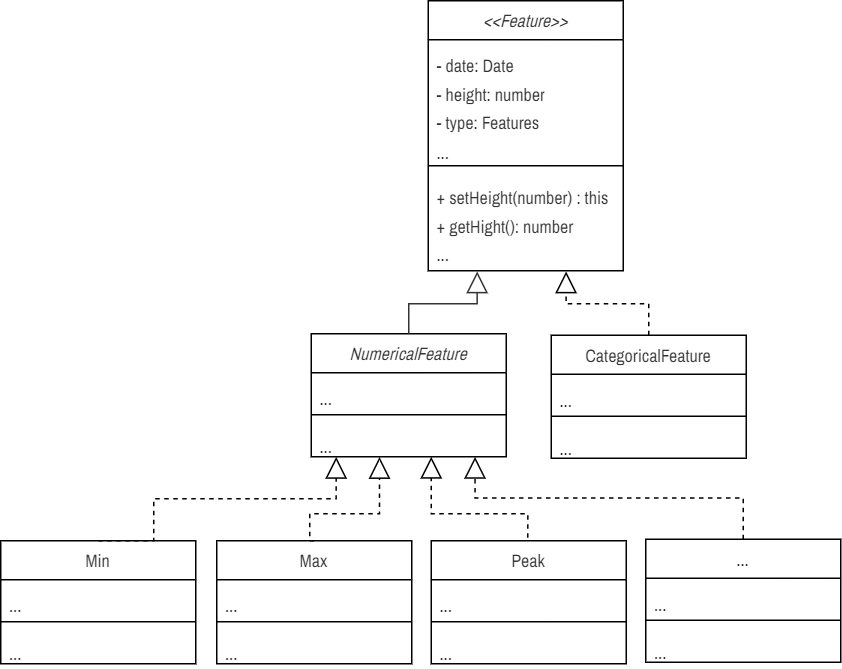
This is public/doc/feature-classes.png from saifulkhan/storytelling-vis, a draw.io export, as it was before one commit. Source tidied: cells renumbered, new cells last; positions are measured from the earlier drawing's top-left corner, leaving out a move shared by most shapes.
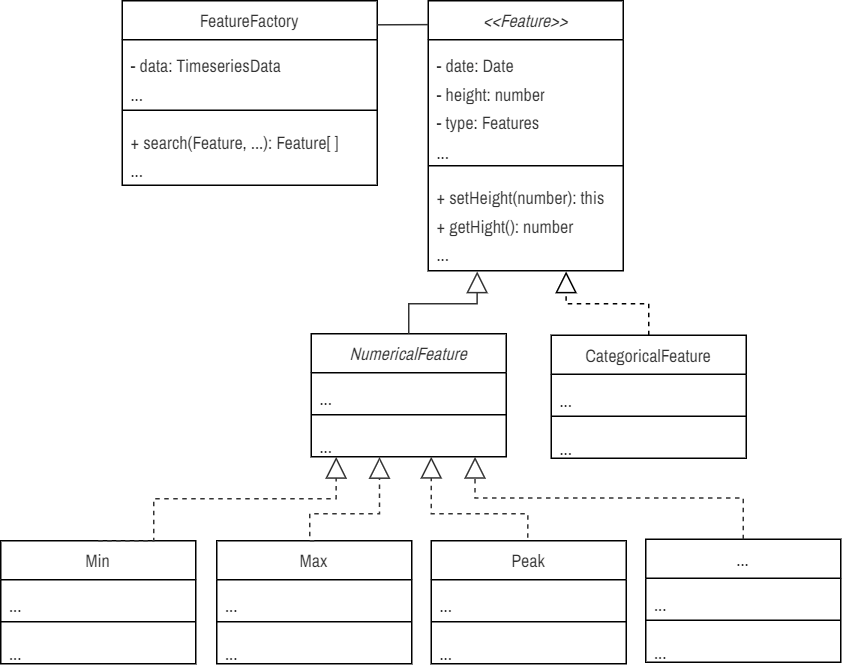
The same file after the commit.

The edit, as a diff of the source:
```diff
@@ -11,7 +11,7 @@
     <mxCell id="4" style="line;strokeWidth=1;fillColor=none;align=left;verticalAlign=middle;spacingTop=-1;spacingLeft=3;spacingRight=3;labelPosition=right;strokeColor=inherit;fontFamily=Fira Sans Extra Condensed;fontSource=https%3A%2F%2Ffonts.googleapis.com%2Fcss%3Ffamily%3DFira%2BSans%2BExtra%2BCondensed;fontSize=16;fontColor=#333333;" parent="2" vertex="1">
       <mxGeometry y="106" width="130" height="8" as="geometry" />
     </mxCell>
-    <mxCell id="5" value="&lt;font style=&quot;font-size: 12px;&quot; face=&quot;Archivo Narrow&quot;&gt;+ setHeight(number) : this&lt;br style=&quot;border-color: var(--border-color);&quot;&gt;+ getHight(): number&amp;nbsp;&lt;br style=&quot;border-color: var(--border-color);&quot;&gt;...&lt;/font&gt;" style="text;strokeColor=none;fillColor=none;align=left;verticalAlign=top;spacingLeft=4;spacingRight=4;overflow=hidden;points=[[0,0.5],[1,0.5]];portConstraint=eastwest;whiteSpace=wrap;html=1;fontFamily=Fira Sans Extra Condensed;fontSource=https%3A%2F%2Ffonts.googleapis.com%2Fcss%3Ffamily%3DFira%2BSans%2BExtra%2BCondensed;fontSize=16;fontColor=#333333;" parent="2" vertex="1">
+    <mxCell id="5" value="&lt;font style=&quot;font-size: 12px;&quot; face=&quot;Archivo Narrow&quot;&gt;+ setHeight(number): this&lt;br style=&quot;border-color: var(--border-color);&quot;&gt;+ getHight(): number&amp;nbsp;&lt;br style=&quot;border-color: var(--border-color);&quot;&gt;...&lt;/font&gt;" style="text;strokeColor=none;fillColor=none;align=left;verticalAlign=top;spacingLeft=4;spacingRight=4;overflow=hidden;points=[[0,0.5],[1,0.5]];portConstraint=eastwest;whiteSpace=wrap;html=1;fontFamily=Fira Sans Extra Condensed;fontSource=https%3A%2F%2Ffonts.googleapis.com%2Fcss%3Ffamily%3DFira%2BSans%2BExtra%2BCondensed;fontSize=16;fontColor=#333333;" parent="2" vertex="1">
       <mxGeometry y="114" width="130" height="66" as="geometry" />
     </mxCell>
     <mxCell id="6" value="&lt;font face=&quot;Archivo Narrow&quot;&gt;&lt;span style=&quot;&quot;&gt;&lt;i&gt;NumericalFeature&lt;/i&gt;&lt;/span&gt;&lt;/font&gt;" style="swimlane;fontStyle=0;align=center;verticalAlign=top;horizontal=1;startSize=26;whiteSpace=wrap;html=1;fontFamily=Fira Sans Extra Condensed;fontSource=https%3A%2F%2Ffonts.googleapis.com%2Fcss%3Ffamily%3DFira%2BSans%2BExtra%2BCondensed;fontSize=12;fontColor=#333333;" parent="1" vertex="1">
@@ -90,7 +90,7 @@
     <mxCell id="27" value="&lt;font face=&quot;Archivo Narrow&quot; style=&quot;font-size: 12px;&quot;&gt;...&lt;/font&gt;" style="text;strokeColor=none;fillColor=none;align=left;verticalAlign=top;spacingLeft=4;spacingRight=4;overflow=hidden;whiteSpace=wrap;html=1;fontFamily=Fira Sans Extra Condensed;fontSource=https%3A%2F%2Ffonts.googleapis.com%2Fcss%3Ffamily%3DFira%2BSans%2BExtra%2BCondensed;fontSize=16;fontColor=#333333;" parent="24" vertex="1">
       <mxGeometry y="58" width="130" height="24" as="geometry" />
     </mxCell>
-    <mxCell id="28" style="endArrow=block;dashed=1;endFill=0;endSize=12;html=1;rounded=0;fontColor=#333333;exitX=0.5;exitY=0;exitDx=0;exitDy=0;edgeStyle=orthogonalEdgeStyle;entryX=0.128;entryY=1.004;entryDx=0;entryDy=0;entryPerimeter=0;" parent="1" edge="1" source="16" target="9">
+    <mxCell id="28" style="endArrow=block;dashed=1;endFill=0;endSize=12;html=1;rounded=0;fontColor=#333333;exitX=0.5;exitY=0;exitDx=0;exitDy=0;edgeStyle=orthogonalEdgeStyle;entryX=0.128;entryY=1.004;entryDx=0;entryDy=0;entryPerimeter=0;strokeColor=#333333;" parent="1" edge="1" source="16" target="9">
       <mxGeometry relative="1" as="geometry">
         <Array as="points">
           <mxPoint x="102" y="360" />
@@ -99,7 +99,7 @@
         </Array>
       </mxGeometry>
     </mxCell>
-    <mxCell id="29" style="endArrow=block;dashed=1;endFill=0;endSize=12;html=1;rounded=0;fontColor=#333333;exitX=0.5;exitY=0;exitDx=0;exitDy=0;entryX=0.35;entryY=1.007;entryDx=0;entryDy=0;entryPerimeter=0;edgeStyle=orthogonalEdgeStyle;" parent="1" edge="1" source="20" target="9">
+    <mxCell id="29" style="endArrow=block;dashed=1;endFill=0;endSize=12;html=1;rounded=0;fontColor=#333333;exitX=0.5;exitY=0;exitDx=0;exitDy=0;entryX=0.35;entryY=1.007;entryDx=0;entryDy=0;entryPerimeter=0;edgeStyle=orthogonalEdgeStyle;strokeColor=#333333;" parent="1" edge="1" source="20" target="9">
       <mxGeometry relative="1" as="geometry">
         <Array as="points">
           <mxPoint x="206" y="342" />
@@ -119,7 +119,7 @@
     <mxCell id="33" value="&lt;font face=&quot;Archivo Narrow&quot; style=&quot;font-size: 12px;&quot;&gt;...&lt;/font&gt;" style="text;strokeColor=none;fillColor=none;align=left;verticalAlign=top;spacingLeft=4;spacingRight=4;overflow=hidden;whiteSpace=wrap;html=1;fontFamily=Fira Sans Extra Condensed;fontSource=https%3A%2F%2Ffonts.googleapis.com%2Fcss%3Ffamily%3DFira%2BSans%2BExtra%2BCondensed;fontSize=16;fontColor=#333333;" parent="30" vertex="1">
       <mxGeometry y="58" width="130" height="24" as="geometry" />
     </mxCell>
-    <mxCell id="34" style="endArrow=block;dashed=1;endFill=0;endSize=12;html=1;rounded=0;fontColor=#333333;exitX=0.495;exitY=-0.025;exitDx=0;exitDy=0;edgeStyle=orthogonalEdgeStyle;exitPerimeter=0;" parent="1" edge="1" source="30">
+    <mxCell id="34" style="endArrow=block;dashed=1;endFill=0;endSize=12;html=1;rounded=0;fontColor=#333333;exitX=0.495;exitY=-0.025;exitDx=0;exitDy=0;edgeStyle=orthogonalEdgeStyle;exitPerimeter=0;strokeColor=#333333;" parent="1" edge="1" source="30">
       <mxGeometry relative="1" as="geometry">
         <mxPoint x="287" y="304" as="targetPoint" />
         <Array as="points">
@@ -128,8 +128,26 @@
         </Array>
       </mxGeometry>
     </mxCell>
-    <mxCell id="35" style="endArrow=block;dashed=1;endFill=0;endSize=12;html=1;rounded=0;fontColor=#333333;exitX=0.5;exitY=0;exitDx=0;exitDy=0;entryX=0.84;entryY=1.002;entryDx=0;entryDy=0;entryPerimeter=0;edgeStyle=orthogonalEdgeStyle;" parent="1" edge="1" source="24" target="9">
+    <mxCell id="35" style="endArrow=block;dashed=1;endFill=0;endSize=12;html=1;rounded=0;fontColor=#333333;exitX=0.5;exitY=0;exitDx=0;exitDy=0;entryX=0.84;entryY=1.002;entryDx=0;entryDy=0;entryPerimeter=0;edgeStyle=orthogonalEdgeStyle;strokeColor=#333333;" parent="1" edge="1" source="24" target="9">
       <mxGeometry relative="1" as="geometry" />
     </mxCell>
+    <mxCell id="36" value="&lt;font face=&quot;Archivo Narrow&quot; style=&quot;font-size: 12px; font-weight: normal;&quot;&gt;FeatureFactory&lt;/font&gt;" style="swimlane;fontStyle=1;align=center;verticalAlign=top;horizontal=1;startSize=26;whiteSpace=wrap;html=1;fontFamily=Fira Sans Extra Condensed;fontSource=https%3A%2F%2Ffonts.googleapis.com%2Fcss%3Ffamily%3DFira%2BSans%2BExtra%2BCondensed;fontSize=12;fontColor=#333333;" parent="1" vertex="1">
+      <mxGeometry x="81" width="170" height="123" as="geometry" />
+    </mxCell>
+    <mxCell id="37" value="&lt;font face=&quot;Archivo Narrow&quot; style=&quot;font-size: 12px;&quot;&gt;- data: TimeseriesData&lt;/font&gt;&lt;div&gt;&lt;span style=&quot;font-size: 12px; font-family: &amp;quot;Archivo Narrow&amp;quot;; background-color: initial;&quot;&gt;...&lt;/span&gt;&lt;br&gt;&lt;/div&gt;" style="text;strokeColor=none;fillColor=none;align=left;verticalAlign=top;spacingLeft=4;spacingRight=4;overflow=hidden;whiteSpace=wrap;html=1;fontFamily=Fira Sans Extra Condensed;fontSource=https%3A%2F%2Ffonts.googleapis.com%2Fcss%3Ffamily%3DFira%2BSans%2BExtra%2BCondensed;fontSize=16;fontColor=#333333;" parent="36" vertex="1">
+      <mxGeometry y="26" width="170" height="43" as="geometry" />
+    </mxCell>
+    <mxCell id="38" style="line;strokeWidth=1;fillColor=none;align=left;verticalAlign=middle;spacingTop=-1;spacingLeft=3;spacingRight=3;labelPosition=right;strokeColor=inherit;fontFamily=Fira Sans Extra Condensed;fontSource=https%3A%2F%2Ffonts.googleapis.com%2Fcss%3Ffamily%3DFira%2BSans%2BExtra%2BCondensed;fontSize=16;fontColor=#333333;" parent="36" vertex="1">
+      <mxGeometry y="69" width="170" height="8" as="geometry" />
+    </mxCell>
+    <mxCell id="39" value="&lt;font style=&quot;font-size: 12px;&quot; face=&quot;Archivo Narrow&quot;&gt;+ search(Feature, ...): Feature[ ]&lt;br style=&quot;border-color: var(--border-color);&quot;&gt;...&lt;/font&gt;" style="text;strokeColor=none;fillColor=none;align=left;verticalAlign=top;spacingLeft=4;spacingRight=4;overflow=hidden;whiteSpace=wrap;html=1;fontFamily=Fira Sans Extra Condensed;fontSource=https%3A%2F%2Ffonts.googleapis.com%2Fcss%3Ffamily%3DFira%2BSans%2BExtra%2BCondensed;fontSize=16;fontColor=#333333;" parent="36" vertex="1">
+      <mxGeometry y="77" width="170" height="46" as="geometry" />
+    </mxCell>
+    <mxCell id="40" style="endArrow=none;html=1;rounded=0;strokeColor=#333333;entryX=0;entryY=-0.001;entryDx=0;entryDy=0;entryPerimeter=0;exitX=0.994;exitY=0.001;exitDx=0;exitDy=0;exitPerimeter=0;" parent="1" edge="1">
+      <mxGeometry relative="1" as="geometry">
+        <mxPoint x="251" y="16" as="sourcePoint" />
+        <mxPoint x="285" y="15.9" as="targetPoint" />
+      </mxGeometry>
+    </mxCell>
   </root>
 </mxGraphModel>
```
